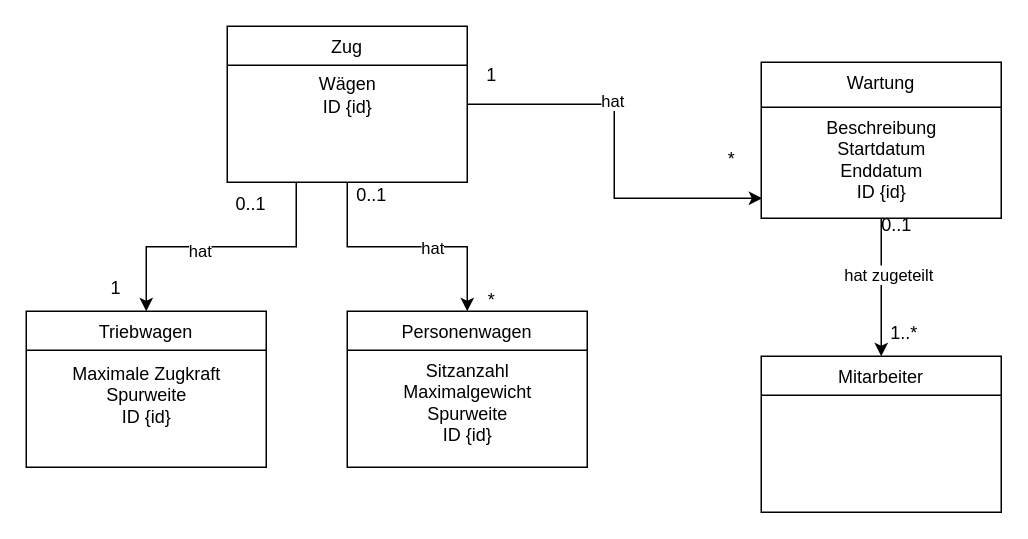
Above: page "Flotte" (2 of 5) of UML-Diagram Gruppe 1.drawio in sarahmayrhofer/train_app (draw.io), before the change. Source tidied: cells renumbered, new cells numbered last; positions are measured from the earlier drawing's top-left corner, leaving out a move shared by most shapes. Both pictures are drawn from the tidied source at 150%, with x=0, y=0 at pixel (26, 26).
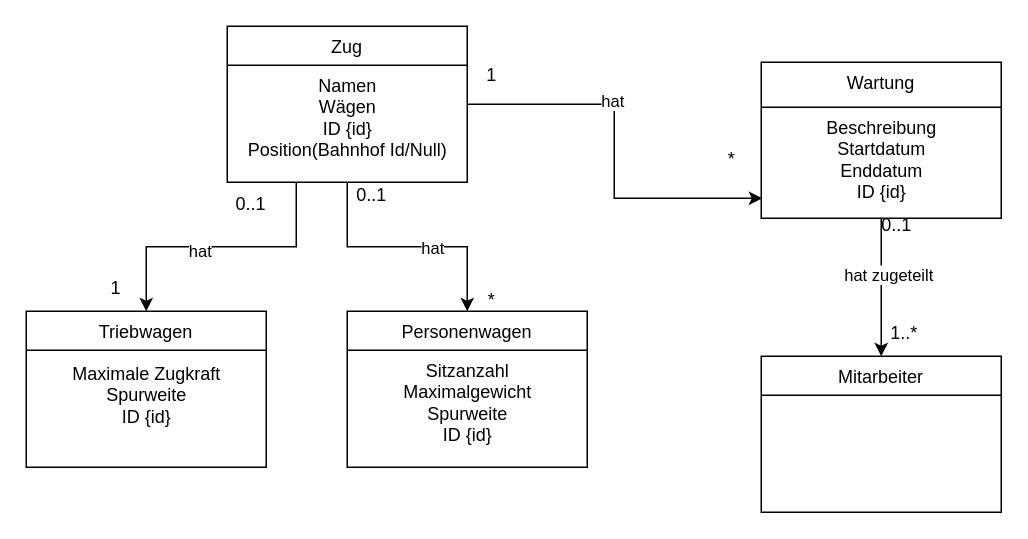
The same diagram, later.

Unchanged cells that the change refers to:
```xml
<mxCell id="8" value="Zug" style="swimlane;fontStyle=0;align=center;verticalAlign=top;horizontal=1;startSize=26;rounded=0;shadow=0;strokeWidth=1;" parent="1" vertex="1">
  <mxGeometry x="134" width="160" height="104" as="geometry" />
</mxCell>
```

Change to the diagram source:
```diff
@@
-    <mxCell id="9" value="Wägen&lt;br&gt;ID {id}" style="text;html=1;align=center;verticalAlign=middle;strokeColor=none;fillColor=none;" parent="8" vertex="1">
-      <mxGeometry y="26" width="160" height="40" as="geometry" />
+    <mxCell id="9" value="Namen&lt;br&gt;Wägen&lt;br&gt;ID {id}&lt;br&gt;Position(Bahnhof Id/Null)" style="text;html=1;align=center;verticalAlign=middle;strokeColor=none;fillColor=none;" parent="8" vertex="1">
+      <mxGeometry y="26" width="160" height="70" as="geometry" />
     </mxCell>
```
